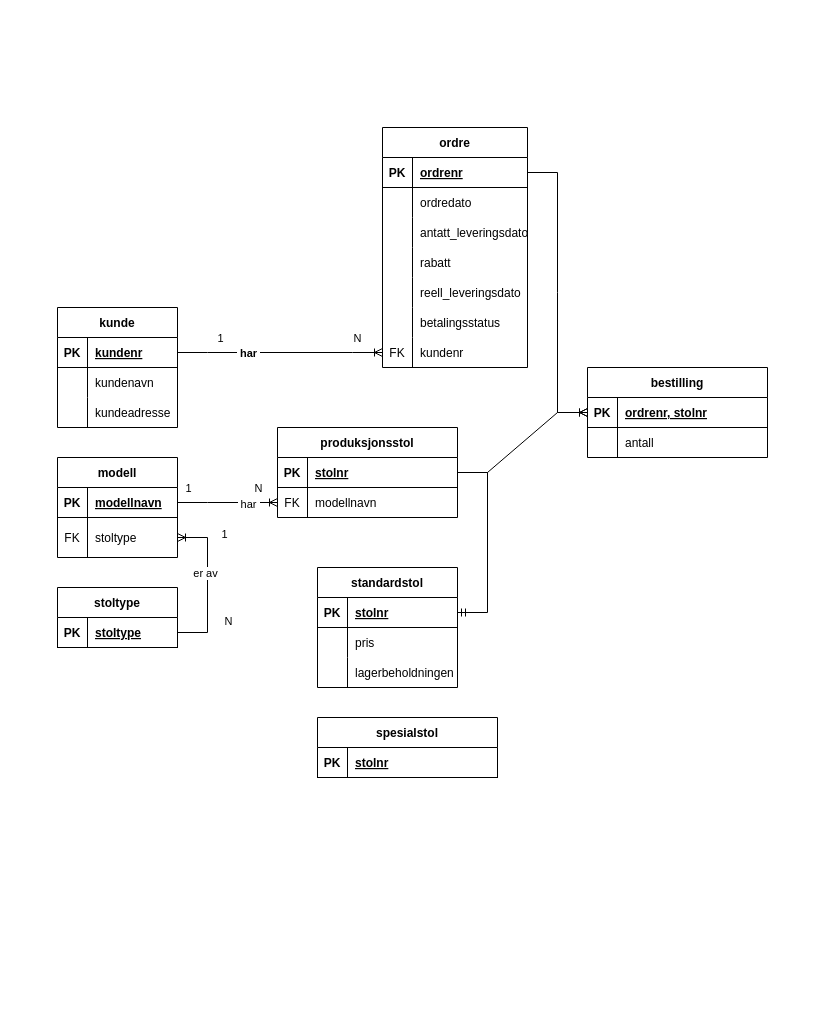
This is Stol System EER.drawio from SchatzerZD/SQLDatabase, a draw.io file, before an edit. Source tidied: cells renumbered, new cells numbered last; positions are measured from the earlier drawing's top-left corner, leaving out a move shared by most shapes. Both pictures are drawn from the tidied source at 100%, with x=0, y=0 at pixel (57, 127).
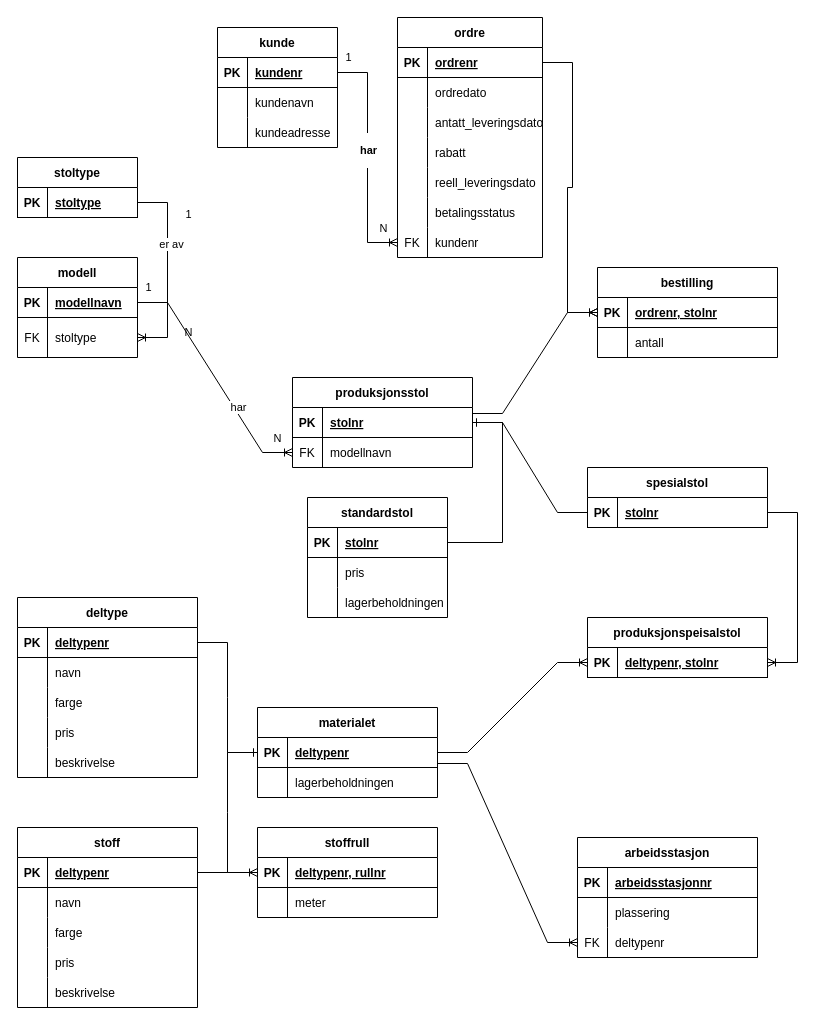
After the change.

The change refers to these unchanged cells:
```xml
<mxCell id="34" style="edgeStyle=entityRelationEdgeStyle;fontSize=12;html=1;endArrow=ERoneToMany;rounded=0;align=right;labelPosition=left;verticalLabelPosition=top;verticalAlign=bottom;" parent="1" edge="1" source="25" target="21">
  <mxGeometry relative="1" as="geometry" />
</mxCell>
<mxCell id="54" style="shape=tableRow;horizontal=0;startSize=0;swimlaneHead=0;swimlaneBody=0;fillColor=none;points=[[0,0.5],[1,0.5]];portConstraint=eastwest;top=0;left=0;right=0;bottom=1;" parent="53" vertex="1">
  <mxGeometry y="30" width="140" height="30" as="geometry" />
</mxCell>
<mxCell id="64" style="shape=tableRow;horizontal=0;startSize=0;swimlaneHead=0;swimlaneBody=0;fillColor=none;points=[[0,0.5],[1,0.5]];portConstraint=eastwest;top=0;left=0;right=0;bottom=1;" parent="63" vertex="1">
  <mxGeometry y="30" width="180" height="30" as="geometry" />
</mxCell>
<mxCell id="71" style="shape=tableRow;horizontal=0;startSize=0;swimlaneHead=0;swimlaneBody=0;fillColor=none;points=[[0,0.5],[1,0.5]];portConstraint=eastwest;top=0;left=0;right=0;bottom=1;" parent="70" vertex="1">
  <mxGeometry y="30" width="180" height="30" as="geometry" />
</mxCell>
<mxCell id="78" style="edgeStyle=entityRelationEdgeStyle;fontSize=12;html=1;endArrow=ERoneToMany;rounded=0;" parent="1" edge="1" source="43" target="74">
  <mxGeometry relative="1" as="geometry" />
</mxCell>
<mxCell id="85" style="shape=tableRow;horizontal=0;startSize=0;swimlaneHead=0;swimlaneBody=0;fillColor=none;points=[[0,0.5],[1,0.5]];portConstraint=eastwest;top=0;left=0;right=0;bottom=1;" parent="84" vertex="1">
  <mxGeometry y="30" width="180" height="30" as="geometry" />
</mxCell>
```

What changed in the source:
```diff
@@
     <mxCell id="2" value="ordre" style="shape=table;startSize=30;childLayout=tableLayout;rowLines=0;fontStyle=1;align=center;" parent="1" vertex="1">
-      <mxGeometry x="325" width="145" height="240" as="geometry" />
+      <mxGeometry x="340" y="-110" width="145" height="240" as="geometry" />
     </mxCell>
@@
     <mxCell id="24" value="kunde" style="shape=table;startSize=30;childLayout=tableLayout;rowLines=0;fontStyle=1;align=center;" parent="1" vertex="1">
-      <mxGeometry y="180" width="120" height="120" as="geometry" />
+      <mxGeometry x="160" y="-100" width="120" height="120" as="geometry" />
     </mxCell>
@@
     <mxCell id="35" value="1" style="edgeLabel;html=1;align=center;verticalAlign=middle;" parent="34" vertex="1">
       <mxGeometry x="-0.11" y="-1" relative="1" as="geometry">
-        <mxPoint x="-49" y="-16" as="offset" />
+        <mxPoint x="-19" y="-88" as="offset" />
       </mxGeometry>
     </mxCell>
     <mxCell id="36" value="N" style="edgeLabel;html=1;align=center;verticalAlign=middle;" parent="34" vertex="1">
       <mxGeometry x="0.55" y="-2" relative="1" as="geometry">
-        <mxPoint x="20" y="-17" as="offset" />
+        <mxPoint x="17" y="7" as="offset" />
       </mxGeometry>
     </mxCell>
     <mxCell id="37" value="&lt;p style=&quot;line-height: 1.2;&quot;&gt;&lt;b&gt;&amp;nbsp;har&amp;nbsp;&lt;/b&gt;&lt;/p&gt;" style="edgeLabel;html=1;align=center;verticalAlign=middle;spacingLeft=0;spacingRight=0;spacing=0;" parent="34" vertex="1">
       <mxGeometry x="-0.06" y="-1" relative="1" as="geometry">
-        <mxPoint x="-26" y="-1" as="offset" />
+        <mxPoint x="1" y="-1" as="offset" />
       </mxGeometry>
     </mxCell>
     <mxCell id="38" value="stoltype" style="shape=table;startSize=30;childLayout=tableLayout;rowLines=0;fontStyle=1;align=center;" parent="1" vertex="1">
-      <mxGeometry y="460" width="120" height="60" as="geometry" />
+      <mxGeometry x="-40" y="30" width="120" height="60" as="geometry" />
     </mxCell>
@@
     <mxCell id="42" value="modell" style="shape=table;startSize=30;childLayout=tableLayout;rowLines=0;fontStyle=1;align=center;" parent="1" vertex="1">
-      <mxGeometry y="330" width="120" height="100" as="geometry" />
+      <mxGeometry x="-40" y="130" width="120" height="100" as="geometry" />
     </mxCell>
@@
     <mxCell id="53" value="standardstol" style="shape=table;startSize=30;childLayout=tableLayout;rowLines=0;fontStyle=1;align=center;" parent="1" vertex="1">
-      <mxGeometry x="260" y="440" width="140" height="120" as="geometry" />
+      <mxGeometry x="250" y="370" width="140" height="120" as="geometry" />
     </mxCell>
@@
     <mxCell id="63" value="bestilling" style="shape=table;startSize=30;childLayout=tableLayout;rowLines=0;fontStyle=1;align=center;" parent="1" vertex="1">
-      <mxGeometry x="530" y="240" width="180" height="90" as="geometry" />
+      <mxGeometry x="540" y="140" width="180" height="90" as="geometry" />
     </mxCell>
@@
     <mxCell id="70" value="produksjonsstol" style="shape=table;startSize=30;childLayout=tableLayout;rowLines=0;fontStyle=1;align=center;" parent="1" vertex="1">
-      <mxGeometry x="220" y="300" width="180" height="90" as="geometry" />
+      <mxGeometry x="235" y="250" width="180" height="90" as="geometry" />
     </mxCell>
@@
-    <mxCell id="77" style="edgeStyle=entityRelationEdgeStyle;fontSize=12;html=1;endArrow=ERmandOne;rounded=0;" parent="1" edge="1" source="71" target="54">
-      <mxGeometry relative="1" as="geometry" />
-    </mxCell>
@@
     <mxCell id="79" value="1" style="edgeLabel;html=1;align=center;verticalAlign=middle;" parent="78" vertex="1">
       <mxGeometry x="-0.02" y="-2" relative="1" as="geometry">
-        <mxPoint x="-39" y="-17" as="offset" />
+        <mxPoint x="-64" y="-89" as="offset" />
       </mxGeometry>
     </mxCell>
     <mxCell id="80" value="N" style="edgeLabel;html=1;align=center;verticalAlign=middle;" parent="78" vertex="1">
       <mxGeometry x="0.04" y="2" relative="1" as="geometry">
-        <mxPoint x="28" y="-13" as="offset" />
+        <mxPoint x="58" y="57" as="offset" />
       </mxGeometry>
     </mxCell>
     <mxCell id="81" value="&amp;nbsp;har&amp;nbsp;" style="edgeLabel;html=1;align=center;verticalAlign=middle;" parent="78" vertex="1">
       <mxGeometry x="-0.02" y="-2" relative="1" as="geometry">
-        <mxPoint x="21" y="-1" as="offset" />
+        <mxPoint x="26" y="31" as="offset" />
       </mxGeometry>
     </mxCell>
-    <mxCell id="82" style="edgeStyle=entityRelationEdgeStyle;fontSize=12;html=1;endArrow=ERoneToMany;rounded=0;" parent="1" edge="1" source="71" target="64">
+    <mxCell id="82" style="edgeStyle=entityRelationEdgeStyle;fontSize=12;html=1;endArrow=ERoneToMany;rounded=0;exitX=1;exitY=0.2;exitDx=0;exitDy=0;exitPerimeter=0;" parent="1" edge="1" source="71" target="64">
       <mxGeometry relative="1" as="geometry" />
     </mxCell>
@@
     <mxCell id="84" value="spesialstol" style="shape=table;startSize=30;childLayout=tableLayout;rowLines=0;fontStyle=1;align=center;" parent="1" vertex="1">
-      <mxGeometry x="260" y="590" width="180" height="60" as="geometry" />
+      <mxGeometry x="530" y="340" width="180" height="60" as="geometry" />
     </mxCell>
@@
+    <mxCell id="88" value="arbeidsstasjon" style="shape=table;startSize=30;childLayout=tableLayout;rowLines=0;fontStyle=1;align=center;" parent="1" vertex="1">
+      <mxGeometry x="520" y="710" width="180" height="120" as="geometry" />
+    </mxCell>
+    <mxCell id="89" style="shape=tableRow;horizontal=0;startSize=0;swimlaneHead=0;swimlaneBody=0;fillColor=none;top=0;left=0;right=0;bottom=1;" parent="88" vertex="1">
+      <mxGeometry y="30" width="180" height="30" as="geometry" />
+    </mxCell>
+    <mxCell id="90" value="PK" style="shape=partialRectangle;fillColor=none;top=0;left=0;bottom=0;right=0;fontStyle=1;overflow=hidden;" parent="89" vertex="1">
+      <mxGeometry width="30" height="30" as="geometry" />
+    </mxCell>
+    <mxCell id="91" value="arbeidsstasjonnr" style="shape=partialRectangle;fillColor=none;top=0;left=0;bottom=0;right=0;align=left;spacingLeft=6;fontStyle=5;overflow=hidden;" parent="89" vertex="1">
+      <mxGeometry x="30" width="150" height="30" as="geometry" />
+    </mxCell>
+    <mxCell id="92" style="shape=tableRow;horizontal=0;startSize=0;swimlaneHead=0;swimlaneBody=0;fillColor=none;top=0;left=0;right=0;bottom=0;" parent="88" vertex="1">
+      <mxGeometry y="60" width="180" height="30" as="geometry" />
+    </mxCell>
+    <mxCell id="93" style="shape=partialRectangle;fillColor=none;top=0;left=0;bottom=0;right=0;overflow=hidden;" parent="92" vertex="1">
+      <mxGeometry width="30" height="30" as="geometry" />
+    </mxCell>
+    <mxCell id="94" value="plassering" style="shape=partialRectangle;fillColor=none;top=0;left=0;bottom=0;right=0;align=left;spacingLeft=6;overflow=hidden;" parent="92" vertex="1">
+      <mxGeometry x="30" width="150" height="30" as="geometry" />
+    </mxCell>
+    <mxCell id="95" style="shape=tableRow;horizontal=0;startSize=0;swimlaneHead=0;swimlaneBody=0;fillColor=none;points=[[0,0.5],[1,0.5]];portConstraint=eastwest;top=0;left=0;right=0;bottom=0;" parent="88" vertex="1">
+      <mxGeometry y="90" width="180" height="30" as="geometry" />
+    </mxCell>
+    <mxCell id="96" value="FK" style="shape=partialRectangle;fillColor=none;top=0;left=0;bottom=0;right=0;fontStyle=0;overflow=hidden;" parent="95" vertex="1">
+      <mxGeometry width="30" height="30" as="geometry" />
+    </mxCell>
+    <mxCell id="97" value="deltypenr" style="shape=partialRectangle;fillColor=none;top=0;left=0;bottom=0;right=0;align=left;spacingLeft=6;fontStyle=0;overflow=hidden;" parent="95" vertex="1">
+      <mxGeometry x="30" width="150" height="30" as="geometry" />
+    </mxCell>
+    <mxCell id="98" value="deltype" style="shape=table;startSize=30;childLayout=tableLayout;rowLines=0;fontStyle=1;align=center;" parent="1" vertex="1">
+      <mxGeometry x="-40" y="470" width="180" height="180" as="geometry" />
+    </mxCell>
+    <mxCell id="99" style="shape=tableRow;horizontal=0;startSize=0;swimlaneHead=0;swimlaneBody=0;fillColor=none;points=[[0,0.5],[1,0.5]];portConstraint=eastwest;top=0;left=0;right=0;bottom=1;" parent="98" vertex="1">
+      <mxGeometry y="30" width="180" height="30" as="geometry" />
+    </mxCell>
+    <mxCell id="100" value="PK" style="shape=partialRectangle;fillColor=none;top=0;left=0;bottom=0;right=0;fontStyle=1;overflow=hidden;" parent="99" vertex="1">
+      <mxGeometry width="30" height="30" as="geometry" />
+    </mxCell>
+    <mxCell id="101" value="deltypenr" style="shape=partialRectangle;fillColor=none;top=0;left=0;bottom=0;right=0;align=left;spacingLeft=6;fontStyle=5;overflow=hidden;" parent="99" vertex="1">
+      <mxGeometry x="30" width="150" height="30" as="geometry" />
+    </mxCell>
+    <mxCell id="102" style="shape=tableRow;horizontal=0;startSize=0;swimlaneHead=0;swimlaneBody=0;fillColor=none;top=0;left=0;right=0;bottom=0;" parent="98" vertex="1">
+      <mxGeometry y="60" width="180" height="30" as="geometry" />
+    </mxCell>
+    <mxCell id="103" style="shape=partialRectangle;fillColor=none;top=0;left=0;bottom=0;right=0;overflow=hidden;" parent="102" vertex="1">
+      <mxGeometry width="30" height="30" as="geometry" />
+    </mxCell>
+    <mxCell id="104" value="navn" style="shape=partialRectangle;fillColor=none;top=0;left=0;bottom=0;right=0;align=left;spacingLeft=6;overflow=hidden;" parent="102" vertex="1">
+      <mxGeometry x="30" width="150" height="30" as="geometry" />
+    </mxCell>
+    <mxCell id="105" style="shape=tableRow;horizontal=0;startSize=0;swimlaneHead=0;swimlaneBody=0;fillColor=none;top=0;left=0;right=0;bottom=0;" parent="98" vertex="1">
+      <mxGeometry y="90" width="180" height="30" as="geometry" />
+    </mxCell>
+    <mxCell id="106" style="shape=partialRectangle;fillColor=none;top=0;left=0;bottom=0;right=0;overflow=hidden;" parent="105" vertex="1">
+      <mxGeometry width="30" height="30" as="geometry" />
+    </mxCell>
+    <mxCell id="107" value="farge" style="shape=partialRectangle;fillColor=none;top=0;left=0;bottom=0;right=0;align=left;spacingLeft=6;overflow=hidden;" parent="105" vertex="1">
+      <mxGeometry x="30" width="150" height="30" as="geometry" />
+    </mxCell>
+    <mxCell id="108" style="shape=tableRow;horizontal=0;startSize=0;swimlaneHead=0;swimlaneBody=0;fillColor=none;top=0;left=0;right=0;bottom=0;" parent="98" vertex="1">
+      <mxGeometry y="120" width="180" height="30" as="geometry" />
+    </mxCell>
+    <mxCell id="109" style="shape=partialRectangle;fillColor=none;top=0;left=0;bottom=0;right=0;overflow=hidden;" parent="108" vertex="1">
+      <mxGeometry width="30" height="30" as="geometry" />
+    </mxCell>
+    <mxCell id="110" value="pris" style="shape=partialRectangle;fillColor=none;top=0;left=0;bottom=0;right=0;align=left;spacingLeft=6;overflow=hidden;" parent="108" vertex="1">
+      <mxGeometry x="30" width="150" height="30" as="geometry" />
+    </mxCell>
+    <mxCell id="111" style="shape=tableRow;horizontal=0;startSize=0;swimlaneHead=0;swimlaneBody=0;fillColor=none;top=0;left=0;right=0;bottom=0;" parent="98" vertex="1">
+      <mxGeometry y="150" width="180" height="30" as="geometry" />
+    </mxCell>
+    <mxCell id="112" style="shape=partialRectangle;fillColor=none;top=0;left=0;bottom=0;right=0;overflow=hidden;" parent="111" vertex="1">
+      <mxGeometry width="30" height="30" as="geometry" />
+    </mxCell>
+    <mxCell id="113" value="beskrivelse" style="shape=partialRectangle;fillColor=none;top=0;left=0;bottom=0;right=0;align=left;spacingLeft=6;overflow=hidden;" parent="111" vertex="1">
+      <mxGeometry x="30" width="150" height="30" as="geometry" />
+    </mxCell>
+    <mxCell id="114" value="stoff" style="shape=table;startSize=30;childLayout=tableLayout;rowLines=0;fontStyle=1;align=center;" parent="1" vertex="1">
+      <mxGeometry x="-40" y="700" width="180" height="180" as="geometry" />
+    </mxCell>
+    <mxCell id="115" style="shape=tableRow;horizontal=0;startSize=0;swimlaneHead=0;swimlaneBody=0;fillColor=none;points=[[0,0.5],[1,0.5]];portConstraint=eastwest;top=0;left=0;right=0;bottom=1;" parent="114" vertex="1">
+      <mxGeometry y="30" width="180" height="30" as="geometry" />
+    </mxCell>
+    <mxCell id="116" value="PK" style="shape=partialRectangle;fillColor=none;top=0;left=0;bottom=0;right=0;fontStyle=1;overflow=hidden;" parent="115" vertex="1">
+      <mxGeometry width="30" height="30" as="geometry" />
+    </mxCell>
+    <mxCell id="117" value="deltypenr" style="shape=partialRectangle;fillColor=none;top=0;left=0;bottom=0;right=0;align=left;spacingLeft=6;fontStyle=5;overflow=hidden;" parent="115" vertex="1">
+      <mxGeometry x="30" width="150" height="30" as="geometry" />
+    </mxCell>
+    <mxCell id="118" style="shape=tableRow;horizontal=0;startSize=0;swimlaneHead=0;swimlaneBody=0;fillColor=none;top=0;left=0;right=0;bottom=0;" parent="114" vertex="1">
+      <mxGeometry y="60" width="180" height="30" as="geometry" />
+    </mxCell>
+    <mxCell id="119" style="shape=partialRectangle;fillColor=none;top=0;left=0;bottom=0;right=0;overflow=hidden;" parent="118" vertex="1">
+      <mxGeometry width="30" height="30" as="geometry" />
+    </mxCell>
+    <mxCell id="120" value="navn" style="shape=partialRectangle;fillColor=none;top=0;left=0;bottom=0;right=0;align=left;spacingLeft=6;overflow=hidden;" parent="118" vertex="1">
+      <mxGeometry x="30" width="150" height="30" as="geometry" />
+    </mxCell>
+    <mxCell id="121" style="shape=tableRow;horizontal=0;startSize=0;swimlaneHead=0;swimlaneBody=0;fillColor=none;top=0;left=0;right=0;bottom=0;" parent="114" vertex="1">
+      <mxGeometry y="90" width="180" height="30" as="geometry" />
+    </mxCell>
+    <mxCell id="122" style="shape=partialRectangle;fillColor=none;top=0;left=0;bottom=0;right=0;overflow=hidden;" parent="121" vertex="1">
+      <mxGeometry width="30" height="30" as="geometry" />
+    </mxCell>
+    <mxCell id="123" value="farge" style="shape=partialRectangle;fillColor=none;top=0;left=0;bottom=0;right=0;align=left;spacingLeft=6;overflow=hidden;" parent="121" vertex="1">
+      <mxGeometry x="30" width="150" height="30" as="geometry" />
+    </mxCell>
+    <mxCell id="124" style="shape=tableRow;horizontal=0;startSize=0;swimlaneHead=0;swimlaneBody=0;fillColor=none;top=0;left=0;right=0;bottom=0;" parent="114" vertex="1">
+      <mxGeometry y="120" width="180" height="30" as="geometry" />
+    </mxCell>
+    <mxCell id="125" style="shape=partialRectangle;fillColor=none;top=0;left=0;bottom=0;right=0;overflow=hidden;" parent="124" vertex="1">
+      <mxGeometry width="30" height="30" as="geometry" />
+    </mxCell>
+    <mxCell id="126" value="pris" style="shape=partialRectangle;fillColor=none;top=0;left=0;bottom=0;right=0;align=left;spacingLeft=6;overflow=hidden;" parent="124" vertex="1">
+      <mxGeometry x="30" width="150" height="30" as="geometry" />
+    </mxCell>
+    <mxCell id="127" style="shape=tableRow;horizontal=0;startSize=0;swimlaneHead=0;swimlaneBody=0;fillColor=none;top=0;left=0;right=0;bottom=0;" parent="114" vertex="1">
+      <mxGeometry y="150" width="180" height="30" as="geometry" />
+    </mxCell>
+    <mxCell id="128" style="shape=partialRectangle;fillColor=none;top=0;left=0;bottom=0;right=0;overflow=hidden;" parent="127" vertex="1">
+      <mxGeometry width="30" height="30" as="geometry" />
+    </mxCell>
+    <mxCell id="129" value="beskrivelse" style="shape=partialRectangle;fillColor=none;top=0;left=0;bottom=0;right=0;align=left;spacingLeft=6;overflow=hidden;" parent="127" vertex="1">
+      <mxGeometry x="30" width="150" height="30" as="geometry" />
+    </mxCell>
+    <mxCell id="130" value="stoffrull" style="shape=table;startSize=30;childLayout=tableLayout;rowLines=0;fontStyle=1;align=center;" parent="1" vertex="1">
+      <mxGeometry x="200" y="700" width="180" height="90" as="geometry" />
+    </mxCell>
+    <mxCell id="131" style="shape=tableRow;horizontal=0;startSize=0;swimlaneHead=0;swimlaneBody=0;fillColor=none;points=[[0,0.5],[1,0.5]];portConstraint=eastwest;top=0;left=0;right=0;bottom=1;" parent="130" vertex="1">
+      <mxGeometry y="30" width="180" height="30" as="geometry" />
+    </mxCell>
+    <mxCell id="132" value="PK" style="shape=partialRectangle;fillColor=none;top=0;left=0;bottom=0;right=0;fontStyle=1;overflow=hidden;" parent="131" vertex="1">
+      <mxGeometry width="30" height="30" as="geometry" />
+    </mxCell>
+    <mxCell id="133" value="deltypenr, rullnr" style="shape=partialRectangle;fillColor=none;top=0;left=0;bottom=0;right=0;align=left;spacingLeft=6;fontStyle=5;overflow=hidden;" parent="131" vertex="1">
+      <mxGeometry x="30" width="150" height="30" as="geometry" />
+    </mxCell>
+    <mxCell id="134" style="shape=tableRow;horizontal=0;startSize=0;swimlaneHead=0;swimlaneBody=0;fillColor=none;top=0;left=0;right=0;bottom=0;" parent="130" vertex="1">
+      <mxGeometry y="60" width="180" height="30" as="geometry" />
+    </mxCell>
+    <mxCell id="135" style="shape=partialRectangle;fillColor=none;top=0;left=0;bottom=0;right=0;overflow=hidden;" parent="134" vertex="1">
+      <mxGeometry width="30" height="30" as="geometry" />
+    </mxCell>
+    <mxCell id="136" value="meter" style="shape=partialRectangle;fillColor=none;top=0;left=0;bottom=0;right=0;align=left;spacingLeft=6;overflow=hidden;" parent="134" vertex="1">
+      <mxGeometry x="30" width="150" height="30" as="geometry" />
+    </mxCell>
+    <mxCell id="137" style="edgeStyle=entityRelationEdgeStyle;fontSize=12;html=1;endArrow=ERoneToMany;rounded=0;" parent="1" edge="1" source="115" target="131">
+      <mxGeometry relative="1" as="geometry" />
+    </mxCell>
+    <mxCell id="138" value="materialet" style="shape=table;startSize=30;childLayout=tableLayout;rowLines=0;fontStyle=1;align=center;" parent="1" vertex="1">
+      <mxGeometry x="200" y="580" width="180" height="90" as="geometry" />
+    </mxCell>
+    <mxCell id="139" style="shape=tableRow;horizontal=0;startSize=0;swimlaneHead=0;swimlaneBody=0;fillColor=none;points=[[0,0.5],[1,0.5]];portConstraint=eastwest;top=0;left=0;right=0;bottom=1;" parent="138" vertex="1">
+      <mxGeometry y="30" width="180" height="30" as="geometry" />
+    </mxCell>
+    <mxCell id="140" value="PK" style="shape=partialRectangle;fillColor=none;top=0;left=0;bottom=0;right=0;fontStyle=1;overflow=hidden;" parent="139" vertex="1">
+      <mxGeometry width="30" height="30" as="geometry" />
+    </mxCell>
+    <mxCell id="141" value="deltypenr" style="shape=partialRectangle;fillColor=none;top=0;left=0;bottom=0;right=0;align=left;spacingLeft=6;fontStyle=5;overflow=hidden;" parent="139" vertex="1">
+      <mxGeometry x="30" width="150" height="30" as="geometry" />
+    </mxCell>
+    <mxCell id="142" style="shape=tableRow;horizontal=0;startSize=0;swimlaneHead=0;swimlaneBody=0;fillColor=none;top=0;left=0;right=0;bottom=0;" parent="138" vertex="1">
+      <mxGeometry y="60" width="180" height="30" as="geometry" />
+    </mxCell>
+    <mxCell id="143" style="shape=partialRectangle;fillColor=none;top=0;left=0;bottom=0;right=0;overflow=hidden;" parent="142" vertex="1">
+      <mxGeometry width="30" height="30" as="geometry" />
+    </mxCell>
+    <mxCell id="144" value="lagerbeholdningen" style="shape=partialRectangle;fillColor=none;top=0;left=0;bottom=0;right=0;align=left;spacingLeft=6;overflow=hidden;" parent="142" vertex="1">
+      <mxGeometry x="30" width="150" height="30" as="geometry" />
+    </mxCell>
+    <mxCell id="145" style="edgeStyle=entityRelationEdgeStyle;fontSize=12;html=1;endArrow=ERone;endFill=1;rounded=0;" parent="1" edge="1" source="115" target="139">
+      <mxGeometry relative="1" as="geometry" />
+    </mxCell>
+    <mxCell id="146" style="edgeStyle=entityRelationEdgeStyle;fontSize=12;html=1;endArrow=ERone;endFill=1;rounded=0;" parent="1" edge="1" source="99" target="139">
+      <mxGeometry relative="1" as="geometry" />
+    </mxCell>
+    <mxCell id="147" style="edgeStyle=entityRelationEdgeStyle;fontSize=12;html=1;endArrow=ERoneToMany;rounded=0;exitX=1;exitY=0.867;exitDx=0;exitDy=0;exitPerimeter=0;" parent="1" edge="1" source="139" target="95">
+      <mxGeometry relative="1" as="geometry" />
+    </mxCell>
+    <mxCell id="148" style="edgeStyle=entityRelationEdgeStyle;fontSize=12;html=1;endArrow=ERone;endFill=1;rounded=0;" parent="1" edge="1" source="54" target="71">
+      <mxGeometry relative="1" as="geometry" />
+    </mxCell>
+    <mxCell id="149" style="edgeStyle=entityRelationEdgeStyle;fontSize=12;html=1;endArrow=ERone;endFill=1;rounded=0;" parent="1" edge="1" source="85" target="71">
+      <mxGeometry relative="1" as="geometry" />
+    </mxCell>
+    <mxCell id="150" value="produksjonspeisalstol" style="shape=table;startSize=30;childLayout=tableLayout;rowLines=0;fontStyle=1;align=center;" parent="1" vertex="1">
+      <mxGeometry x="530" y="490" width="180" height="60" as="geometry" />
+    </mxCell>
+    <mxCell id="151" style="shape=tableRow;horizontal=0;startSize=0;swimlaneHead=0;swimlaneBody=0;fillColor=none;points=[[0,0.5],[1,0.5]];portConstraint=eastwest;top=0;left=0;right=0;bottom=1;" parent="150" vertex="1">
+      <mxGeometry y="30" width="180" height="30" as="geometry" />
+    </mxCell>
+    <mxCell id="152" value="PK" style="shape=partialRectangle;fillColor=none;top=0;left=0;bottom=0;right=0;fontStyle=1;overflow=hidden;" parent="151" vertex="1">
+      <mxGeometry width="30" height="30" as="geometry" />
+    </mxCell>
+    <mxCell id="153" value="deltypenr, stolnr" style="shape=partialRectangle;fillColor=none;top=0;left=0;bottom=0;right=0;align=left;spacingLeft=6;fontStyle=5;overflow=hidden;" parent="151" vertex="1">
+      <mxGeometry x="30" width="150" height="30" as="geometry" />
+    </mxCell>
+    <mxCell id="154" style="edgeStyle=entityRelationEdgeStyle;fontSize=12;html=1;endArrow=ERoneToMany;rounded=0;" parent="1" edge="1" source="139" target="151">
+      <mxGeometry relative="1" as="geometry" />
+    </mxCell>
+    <mxCell id="155" style="edgeStyle=entityRelationEdgeStyle;fontSize=12;html=1;endArrow=ERoneToMany;rounded=0;" parent="1" edge="1" source="85" target="151">
+      <mxGeometry relative="1" as="geometry" />
+    </mxCell>
```
